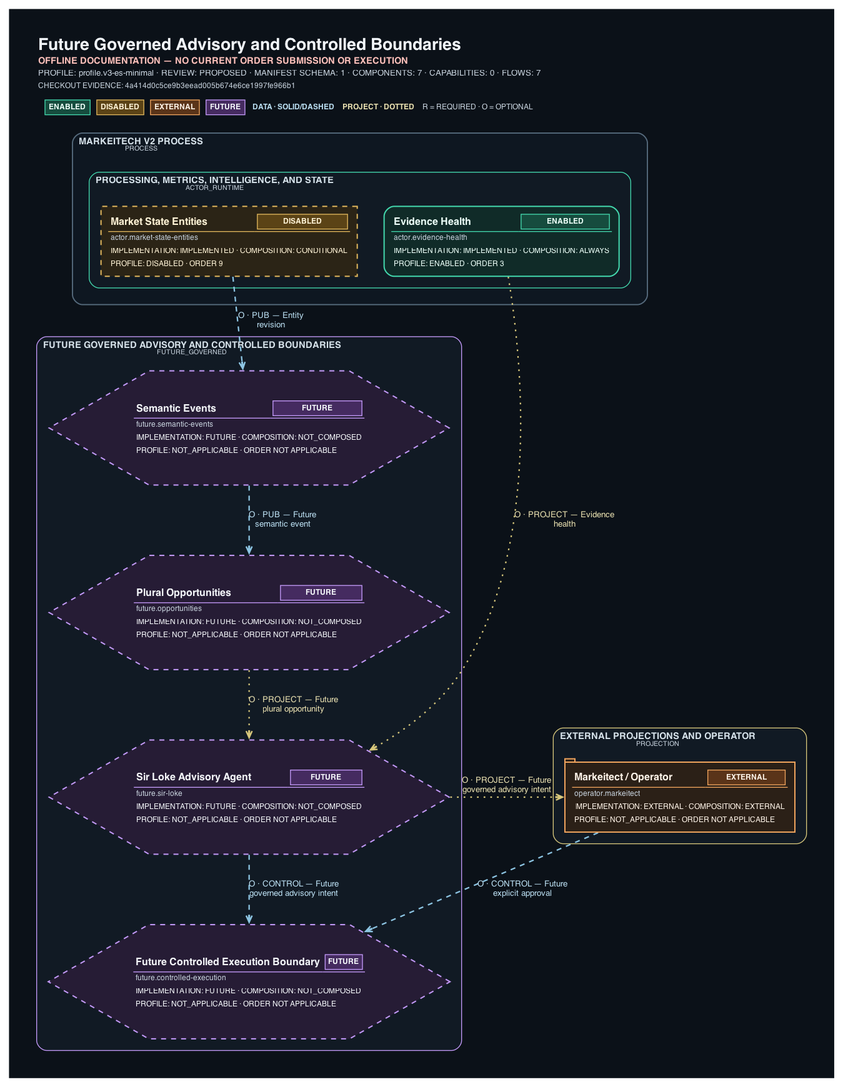
Before: docs/architecture/generated/system-dataflow/future-governed-boundaries.png, a diagram exported from Graphviz (ShriekinNinja/Markeitech_V2). Its source is kept beside it as docs/architecture/generated/system-dataflow/future-governed-boundaries.dot.
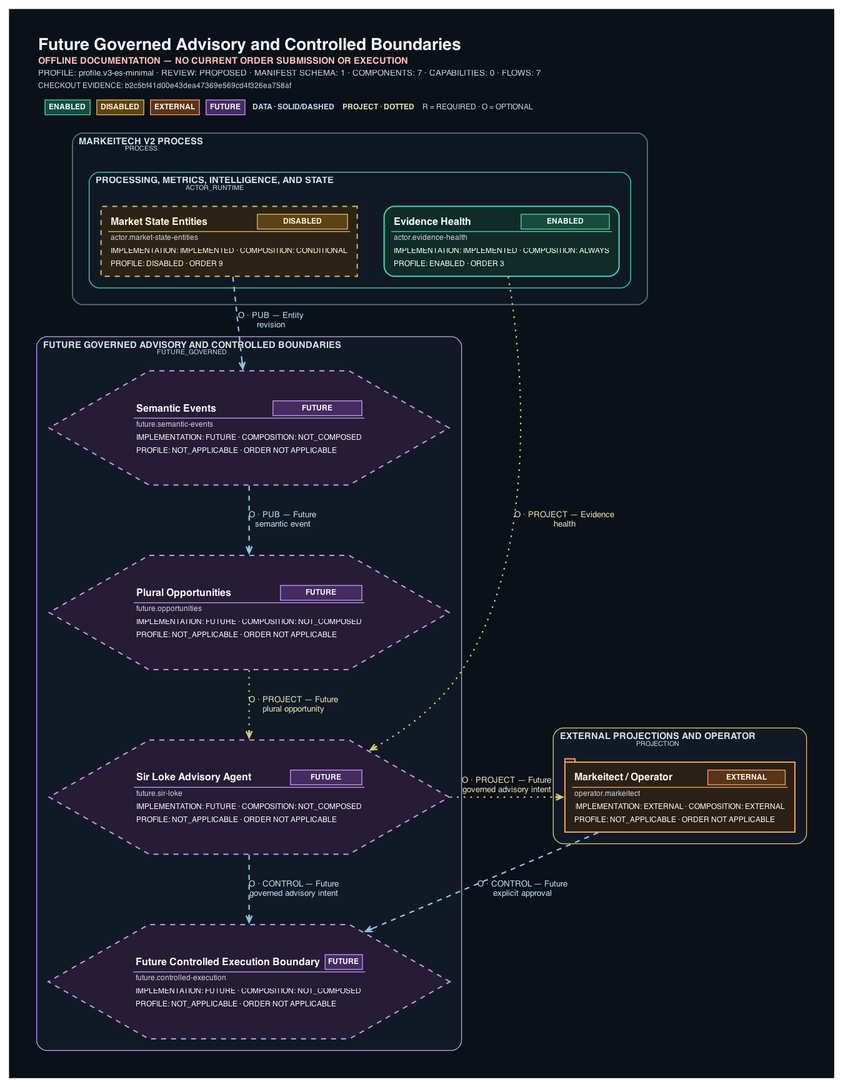
The same file after the commit.

The edit, as a diff of the source:
```diff
@@ -1,5 +1,5 @@
 digraph "Future Governed Advisory and Controlled Boundaries" {
-	graph [bgcolor="#0B1118" fontcolor="#F2F6FA" fontname=Helvetica fontsize=18 forcelabels=true label=<<TABLE BORDER="0" CELLBORDER="0" CELLSPACING="0" CELLPADDING="2"><TR><TD ALIGN="LEFT"><FONT COLOR="#F2F6FA" POINT-SIZE="20"><B>Future Governed Advisory and Controlled Boundaries</B></FONT></TD></TR><TR><TD ALIGN="LEFT"><FONT COLOR="#FFC1BB" POINT-SIZE="11"><B>OFFLINE DOCUMENTATION &#8212; NO CURRENT ORDER SUBMISSION OR EXECUTION</B></FONT></TD></TR><TR><TD ALIGN="LEFT"><FONT COLOR="#C7D2DD" POINT-SIZE="10">PROFILE: profile.v3-es-minimal &#183; REVIEW: PROPOSED &#183; MANIFEST SCHEMA: 1 &#183; COMPONENTS: 7 &#183; CAPABILITIES: 0 &#183; FLOWS: 7</FONT></TD></TR><TR><TD ALIGN="LEFT"><FONT COLOR="#C7D2DD" POINT-SIZE="9">CHECKOUT EVIDENCE: 4a414d0c5ce9b3eead005b674e6ce1997fe966b1</FONT></TD></TR><TR><TD ALIGN="LEFT"><TABLE BORDER="0" CELLBORDER="0" CELLSPACING="8" CELLPADDING="0"><TR><TD><TABLE BORDER="1" CELLBORDER="0" CELLSPACING="0" CELLPADDING="3" COLOR="#43D9AE" BGCOLOR="#164C3E"><TR><TD><FONT COLOR="#ECFFF8" POINT-SIZE="9"><B>ENABLED</B></FONT></TD></TR></TABLE></TD><TD><TABLE BORDER="1" CELLBORDER="0" CELLSPACING="0" CELLPADDING="3" COLOR="#E2B75C" BGCOLOR="#5B4316"><TR><TD><FONT COLOR="#FFF3D6" POINT-SIZE="9"><B>DISABLED</B></FONT></TD></TR></TABLE></TD><TD><TABLE BORDER="1" CELLBORDER="0" CELLSPACING="0" CELLPADDING="3" COLOR="#F0A45D" BGCOLOR="#5A3419"><TR><TD><FONT COLOR="#FFF4E8" POINT-SIZE="9"><B>EXTERNAL</B></FONT></TD></TR></TABLE></TD><TD><TABLE BORDER="1" CELLBORDER="0" CELLSPACING="0" CELLPADDING="3" COLOR="#C49AFA" BGCOLOR="#452B60"><TR><TD><FONT COLOR="#F4F7FA" POINT-SIZE="9"><B>FUTURE</B></FONT></TD></TR></TABLE></TD><TD><FONT COLOR="#B9DDF0" POINT-SIZE="9"><B>DATA · SOLID/DASHED</B></FONT></TD><TD><FONT COLOR="#E8DFAF" POINT-SIZE="9"><B>PROJECT · DOTTED</B></FONT></TD><TD><FONT COLOR="#C7D2DD" POINT-SIZE="9">R = REQUIRED &#183; O = OPTIONAL</FONT></TD></TR></TABLE></TD></TR></TABLE>> labeljust=l labelloc=t margin=0.15 nodesep=0.45 outputorder=edgesfirst overlap=false pack=true packmode="graph" pad=0.35 rankdir=TB ranksep=0.85 splines=spline]
+	graph [bgcolor="#0B1118" fontcolor="#F2F6FA" fontname=Helvetica fontsize=18 forcelabels=true label=<<TABLE BORDER="0" CELLBORDER="0" CELLSPACING="0" CELLPADDING="2"><TR><TD ALIGN="LEFT"><FONT COLOR="#F2F6FA" POINT-SIZE="20"><B>Future Governed Advisory and Controlled Boundaries</B></FONT></TD></TR><TR><TD ALIGN="LEFT"><FONT COLOR="#FFC1BB" POINT-SIZE="11"><B>OFFLINE DOCUMENTATION &#8212; NO CURRENT ORDER SUBMISSION OR EXECUTION</B></FONT></TD></TR><TR><TD ALIGN="LEFT"><FONT COLOR="#C7D2DD" POINT-SIZE="10">PROFILE: profile.v3-es-minimal &#183; REVIEW: PROPOSED &#183; MANIFEST SCHEMA: 1 &#183; COMPONENTS: 7 &#183; CAPABILITIES: 0 &#183; FLOWS: 7</FONT></TD></TR><TR><TD ALIGN="LEFT"><FONT COLOR="#C7D2DD" POINT-SIZE="9">CHECKOUT EVIDENCE: b2c5bf41d00e43dea47369e569cd4f326ea758af</FONT></TD></TR><TR><TD ALIGN="LEFT"><TABLE BORDER="0" CELLBORDER="0" CELLSPACING="8" CELLPADDING="0"><TR><TD><TABLE BORDER="1" CELLBORDER="0" CELLSPACING="0" CELLPADDING="3" COLOR="#43D9AE" BGCOLOR="#164C3E"><TR><TD><FONT COLOR="#ECFFF8" POINT-SIZE="9"><B>ENABLED</B></FONT></TD></TR></TABLE></TD><TD><TABLE BORDER="1" CELLBORDER="0" CELLSPACING="0" CELLPADDING="3" COLOR="#E2B75C" BGCOLOR="#5B4316"><TR><TD><FONT COLOR="#FFF3D6" POINT-SIZE="9"><B>DISABLED</B></FONT></TD></TR></TABLE></TD><TD><TABLE BORDER="1" CELLBORDER="0" CELLSPACING="0" CELLPADDING="3" COLOR="#F0A45D" BGCOLOR="#5A3419"><TR><TD><FONT COLOR="#FFF4E8" POINT-SIZE="9"><B>EXTERNAL</B></FONT></TD></TR></TABLE></TD><TD><TABLE BORDER="1" CELLBORDER="0" CELLSPACING="0" CELLPADDING="3" COLOR="#C49AFA" BGCOLOR="#452B60"><TR><TD><FONT COLOR="#F4F7FA" POINT-SIZE="9"><B>FUTURE</B></FONT></TD></TR></TABLE></TD><TD><FONT COLOR="#B9DDF0" POINT-SIZE="9"><B>DATA · SOLID/DASHED</B></FONT></TD><TD><FONT COLOR="#E8DFAF" POINT-SIZE="9"><B>PROJECT · DOTTED</B></FONT></TD><TD><FONT COLOR="#C7D2DD" POINT-SIZE="9">R = REQUIRED &#183; O = OPTIONAL</FONT></TD></TR></TABLE></TD></TR></TABLE>> labeljust=l labelloc=t margin=0.15 nodesep=0.45 outputorder=edgesfirst overlap=false pack=true packmode="graph" pad=0.35 rankdir=TB ranksep=0.85 splines=spline]
 	node [fixedsize=false fontcolor="#F4F7FA" fontname=Helvetica fontsize=10 height=0.9 imagescale=true labelloc=b margin="0.12,0.08" shape=box style=rounded width=2.2]
 	edge [arrowsize=0.8 color="#8DC5E3" fontcolor="#B9DDF0" fontname=Helvetica fontsize=9]
 	subgraph "cluster_Future governed advisory and controlled boundaries" {
```
